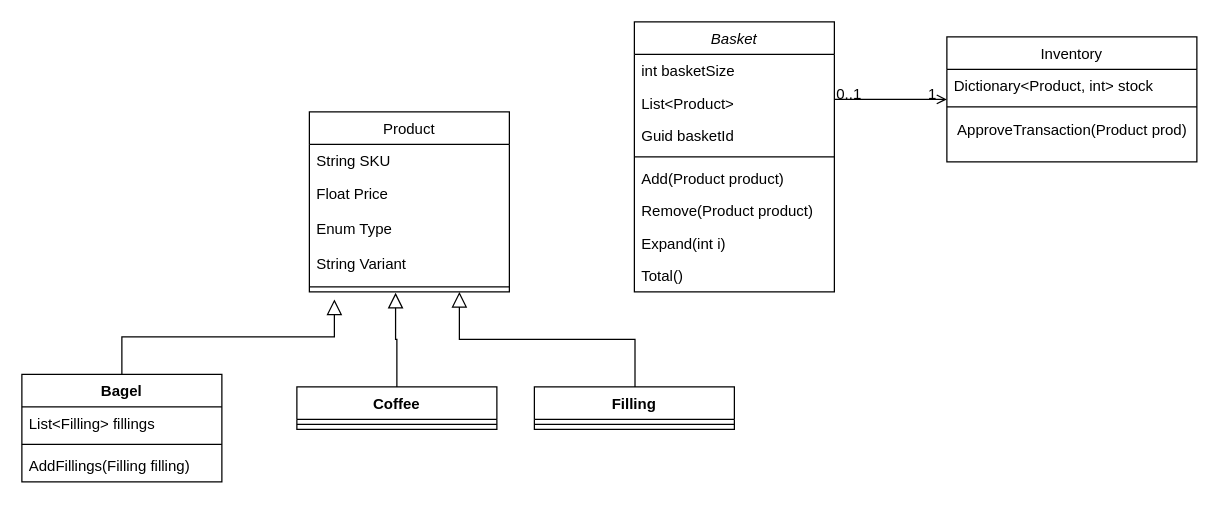
This is class_diagram.drawio from boolean-uk/csharp-tdd-oop-bobs-bagels, a draw.io file, before an edit. Source tidied: cells renumbered, new cells numbered last; positions are measured from the earlier drawing's top-left corner, leaving out a move shared by most shapes. Both pictures are drawn from the tidied source at 125%, with x=0, y=0 at pixel (21, 21).
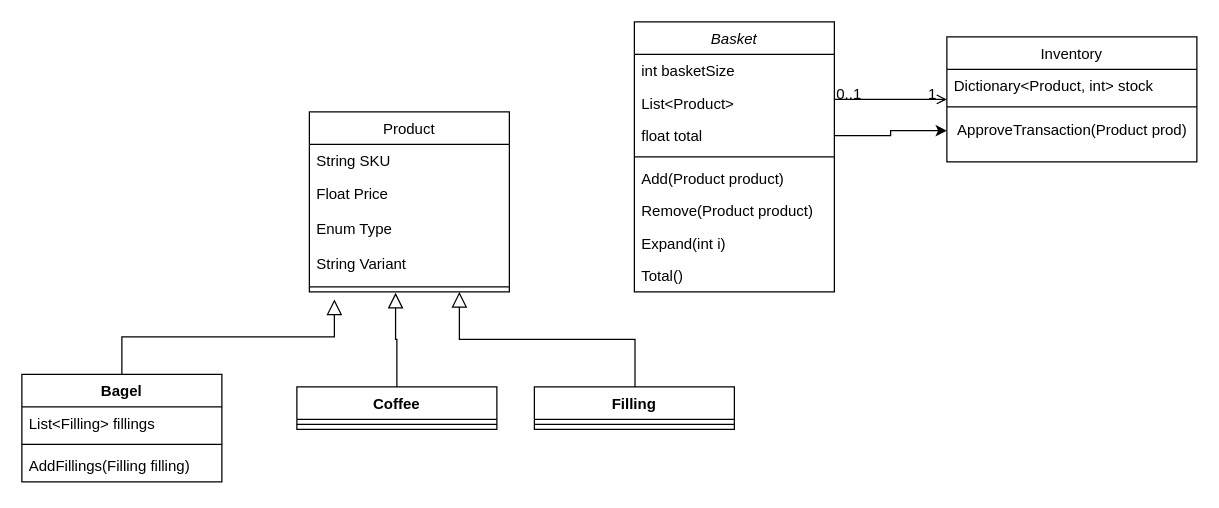
The same page after the edit.

The change refers to these unchanged cells:
```xml
<mxCell id="2" value="Basket" style="swimlane;fontStyle=2;align=center;verticalAlign=top;horizontal=1;startSize=26;rounded=0;shadow=0;strokeWidth=1;" parent="1" vertex="1">
  <mxGeometry x="490" width="160" height="216" as="geometry" />
</mxCell>
<mxCell id="21" value="ApproveTransaction(Product prod)" style="text;html=1;align=center;verticalAlign=middle;points=[];strokeColor=none;fillColor=none;" parent="18" vertex="1">
  <mxGeometry y="60" width="200" height="30" as="geometry" />
</mxCell>
```

The edit, as a diff of the source:
```diff
@@
-    <mxCell id="5" value="Guid basketId" style="text;align=left;verticalAlign=top;spacingLeft=4;spacingRight=4;overflow=hidden;points=[[0,0.5],[1,0.5]];portConstraint=eastwest;rounded=0;shadow=0;html=0;" parent="2" vertex="1">
+    <mxCell id="5" value="float total" style="text;align=left;verticalAlign=top;spacingLeft=4;spacingRight=4;overflow=hidden;points=[[0,0.5],[1,0.5]];portConstraint=eastwest;rounded=0;shadow=0;html=0;" parent="2" vertex="1">
       <mxGeometry y="78" width="160" height="26" as="geometry" />
     </mxCell>
@@
+    <mxCell id="35" style="edgeStyle=orthogonalEdgeStyle;rounded=0;jettySize=auto;html=1;" parent="1" edge="1" source="5" target="21">
+      <mxGeometry relative="1" as="geometry" />
+    </mxCell>
```
